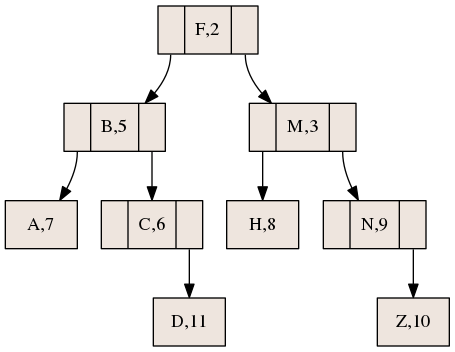
Above: ArbolAVL.png in SergioFerrer9/Arboles (Graphviz), before the change. Its source is kept beside it as ArbolAVL.dot. Source of this version:
```dot
digraph grafica{
 rankdir=TB;
node [
shape =record, fillcolor=seashell2, style =filled, ];
"nodo1"
[ label="<C0>| F,2|<C1>"];
"nodo3"
[ label="<C0>| B,5|<C1>"];
"nodo5"
[ label=" A,7"];
nodo3:C0->nodo5
"nodo4"
[ label="<C0>| C,6|<C1>"];
"nodo10"
[ label=" D,11"];
nodo4:C1->nodo10
nodo3:C1->nodo4
nodo1:C0->nodo3
"nodo2"
[ label="<C0>| M,3|<C1>"];
"nodo6"
[ label=" H,8"];
nodo2:C0->nodo6
"nodo8"
[ label="<C0>| N,9|<C1>"];
"nodo9"
[ label=" Z,10"];
nodo8:C1->nodo9
nodo2:C1->nodo8
nodo1:C1->nodo2
}
```
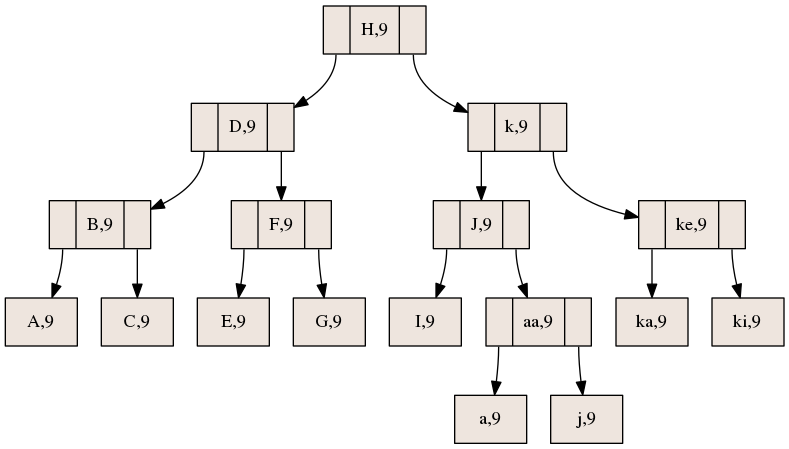
After the change.

What changed in the source:
```diff
@@ -2,30 +2,54 @@
  rankdir=TB;
 node [
 shape =record, fillcolor=seashell2, style =filled, ];
+"nodo8"
+[ label="<C0>| H,9|<C1>"];
+"nodo4"
+[ label="<C0>| D,9|<C1>"];
+"nodo2"
+[ label="<C0>| B,9|<C1>"];
 "nodo1"
-[ label="<C0>| F,2|<C1>"];
+[ label=" A,9"];
+nodo2:C0->nodo1
 "nodo3"
-[ label="<C0>| B,5|<C1>"];
+[ label=" C,9"];
+nodo2:C1->nodo3
+nodo4:C0->nodo2
+"nodo6"
+[ label="<C0>| F,9|<C1>"];
 "nodo5"
-[ label=" A,7"];
-nodo3:C0->nodo5
-"nodo4"
-[ label="<C0>| C,6|<C1>"];
-"nodo10"
-[ label=" D,11"];
-nodo4:C1->nodo10
-nodo3:C1->nodo4
-nodo1:C0->nodo3
-"nodo2"
-[ label="<C0>| M,3|<C1>"];
-"nodo6"
-[ label=" H,8"];
-nodo2:C0->nodo6
-"nodo8"
-[ label="<C0>| N,9|<C1>"];
+[ label=" E,9"];
+nodo6:C0->nodo5
+"nodo7"
+[ label=" G,9"];
+nodo6:C1->nodo7
+nodo4:C1->nodo6
+nodo8:C0->nodo4
+"nodo13"
+[ label="<C0>| k,9|<C1>"];
+"nodo11"
+[ label="<C0>| J,9|<C1>"];
 "nodo9"
-[ label=" Z,10"];
-nodo8:C1->nodo9
-nodo2:C1->nodo8
-nodo1:C1->nodo2
+[ label=" I,9"];
+nodo11:C0->nodo9
+"nodo17"
+[ label="<C0>| aa,9|<C1>"];
+"nodo18"
+[ label=" a,9"];
+nodo17:C0->nodo18
+"nodo12"
+[ label=" j,9"];
+nodo17:C1->nodo12
+nodo11:C1->nodo17
+nodo13:C0->nodo11
+"nodo15"
+[ label="<C0>| ke,9|<C1>"];
+"nodo14"
+[ label=" ka,9"];
+nodo15:C0->nodo14
+"nodo16"
+[ label=" ki,9"];
+nodo15:C1->nodo16
+nodo13:C1->nodo15
+nodo8:C1->nodo13
 }
```
